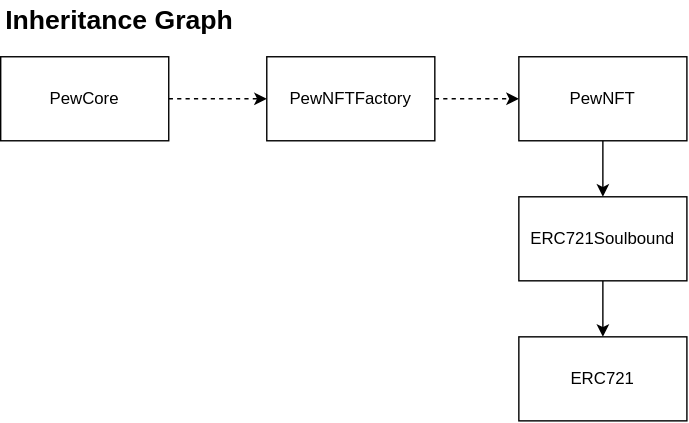
This is profile/diagrams/smart-contract-architecture.drawio.svg from FloorGangETHNYC/.github, a draw.io export, as it was before one commit. Source tidied: cells renumbered, new cells last; positions are measured from the earlier drawing's top-left corner, leaving out a move shared by most shapes. Its diagram source:
```xml
<mxGraphModel>
  <root>
    <mxCell id="0" />
    <mxCell id="1" parent="0" />
    <mxCell id="2" style="edgeStyle=none;html=1;dashed=1;" parent="1" edge="1" source="3" target="5">
      <mxGeometry relative="1" as="geometry" />
    </mxCell>
    <mxCell id="3" value="PewCore" style="rounded=0;whiteSpace=wrap;html=1;" parent="1" vertex="1">
      <mxGeometry y="40" width="120" height="60" as="geometry" />
    </mxCell>
    <mxCell id="4" style="edgeStyle=none;html=1;dashed=1;" parent="1" edge="1" source="5" target="7">
      <mxGeometry relative="1" as="geometry" />
    </mxCell>
    <mxCell id="5" value="PewNFTFactory" style="rounded=0;whiteSpace=wrap;html=1;" parent="1" vertex="1">
      <mxGeometry x="190" y="40" width="120" height="60" as="geometry" />
    </mxCell>
    <mxCell id="6" style="edgeStyle=none;html=1;entryX=0.5;entryY=0;entryDx=0;entryDy=0;" parent="1" edge="1" source="7" target="9">
      <mxGeometry relative="1" as="geometry" />
    </mxCell>
    <mxCell id="7" value="PewNFT" style="rounded=0;whiteSpace=wrap;html=1;" parent="1" vertex="1">
      <mxGeometry x="370" y="40" width="120" height="60" as="geometry" />
    </mxCell>
    <mxCell id="8" style="edgeStyle=none;html=1;entryX=0.5;entryY=0;entryDx=0;entryDy=0;" parent="1" edge="1" source="9" target="10">
      <mxGeometry relative="1" as="geometry" />
    </mxCell>
    <mxCell id="9" value="ERC721Soulbound" style="rounded=0;whiteSpace=wrap;html=1;" parent="1" vertex="1">
      <mxGeometry x="370" y="140" width="120" height="60" as="geometry" />
    </mxCell>
    <mxCell id="10" value="ERC721" style="rounded=0;whiteSpace=wrap;html=1;" parent="1" vertex="1">
      <mxGeometry x="370" y="240" width="120" height="60" as="geometry" />
    </mxCell>
    <mxCell id="11" value="&lt;b&gt;&lt;font style=&quot;font-size: 19px&quot;&gt;Inheritance Graph&lt;/font&gt;&lt;/b&gt;" style="text;html=1;strokeColor=none;fillColor=none;align=center;verticalAlign=middle;whiteSpace=wrap;rounded=0;" parent="1" vertex="1">
      <mxGeometry width="170" height="30" as="geometry" />
    </mxCell>
  </root>
</mxGraphModel>
```
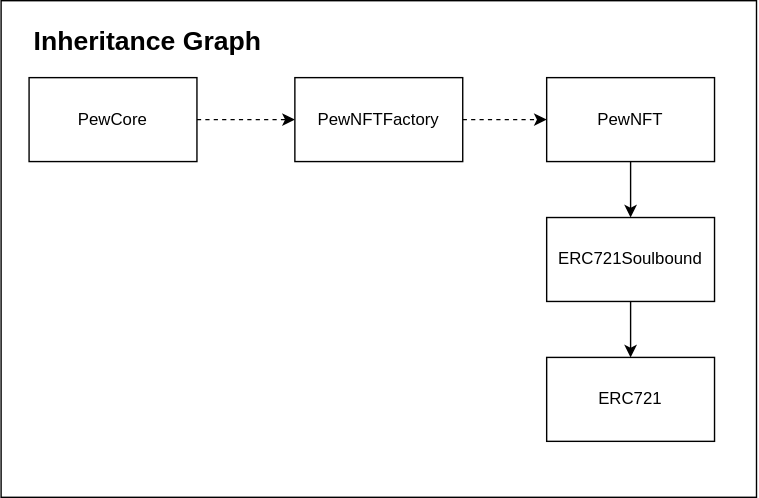
Later version of the same file.

Change to the diagram source:
```diff
@@ -2,6 +2,9 @@
   <root>
     <mxCell id="0" />
     <mxCell id="1" parent="0" />
+    <mxCell id="12" style="rounded=0;whiteSpace=wrap;html=1;fontSize=19;fillColor=#FFFFFF;gradientColor=#ffffff;" parent="1" vertex="1">
+      <mxGeometry x="-20" y="-15" width="540" height="355" as="geometry" />
+    </mxCell>
     <mxCell id="2" style="edgeStyle=none;html=1;dashed=1;" parent="1" edge="1" source="3" target="5">
       <mxGeometry relative="1" as="geometry" />
     </mxCell>
```
